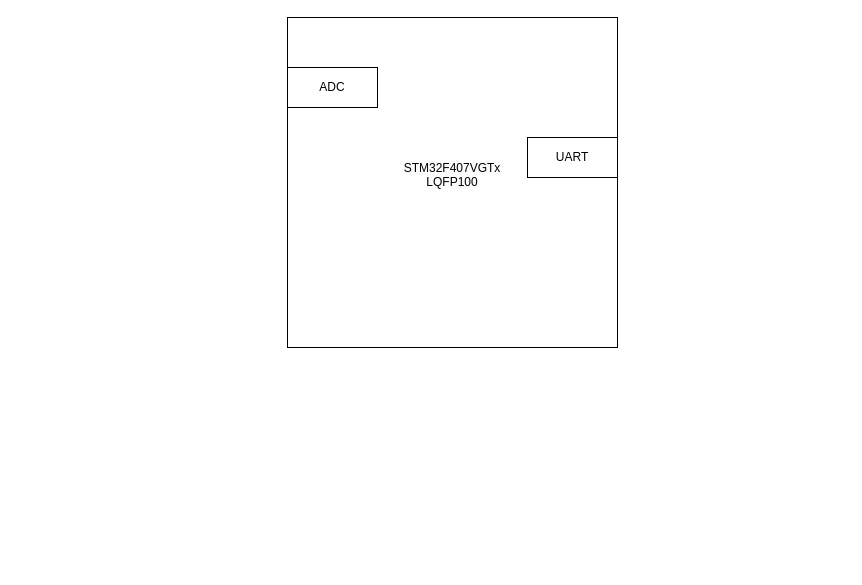
Sasarindo00/Ingenieria-6semestre keeps this draw.io diagram as page "Página-2" (2 of 2) of controlhumedad.drawio. Above is the earlier version. Source tidied: cells renumbered, new cells numbered last; positions are measured from the earlier drawing's top-left corner, leaving out a move shared by most shapes. Both pictures are drawn from the tidied source at 100%, with x=0, y=0 at pixel (287, 17).
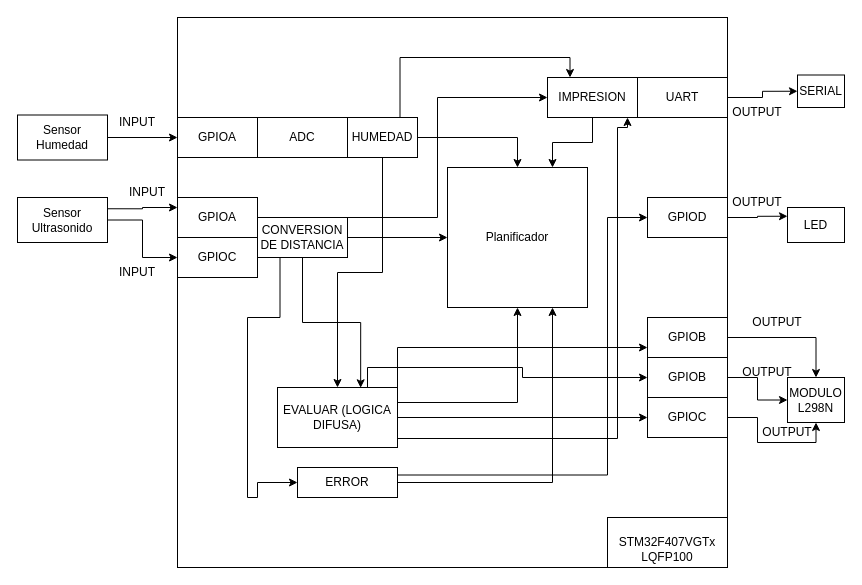
After the change.

What changed in the source:
```diff
@@
-    <mxCell id="2" value="&#10;&lt;span style=&quot;color: rgb(0, 0, 0); font-family: Helvetica; font-size: 12px; font-style: normal; font-variant-ligatures: normal; font-variant-caps: normal; font-weight: 400; letter-spacing: normal; orphans: 2; text-align: center; text-indent: 0px; text-transform: none; widows: 2; word-spacing: 0px; -webkit-text-stroke-width: 0px; background-color: rgb(251, 251, 251); text-decoration-thickness: initial; text-decoration-style: initial; text-decoration-color: initial; float: none; display: inline !important;&quot;&gt;STM32F407VGTx&lt;/span&gt;&lt;br style=&quot;border-color: var(--border-color); color: rgb(0, 0, 0); font-family: Helvetica; font-size: 12px; font-style: normal; font-variant-ligatures: normal; font-variant-caps: normal; font-weight: 400; letter-spacing: normal; orphans: 2; text-align: center; text-indent: 0px; text-transform: none; widows: 2; word-spacing: 0px; -webkit-text-stroke-width: 0px; background-color: rgb(251, 251, 251); text-decoration-thickness: initial; text-decoration-style: initial; text-decoration-color: initial;&quot;&gt;&lt;span style=&quot;color: rgb(0, 0, 0); font-family: Helvetica; font-size: 12px; font-style: normal; font-variant-ligatures: normal; font-variant-caps: normal; font-weight: 400; letter-spacing: normal; orphans: 2; text-align: center; text-indent: 0px; text-transform: none; widows: 2; word-spacing: 0px; -webkit-text-stroke-width: 0px; background-color: rgb(251, 251, 251); text-decoration-thickness: initial; text-decoration-style: initial; text-decoration-color: initial; float: none; display: inline !important;&quot;&gt;LQFP100&lt;/span&gt;&#10;&#10;" style="whiteSpace=wrap;html=1;" parent="1" vertex="1">
-      <mxGeometry width="330" height="330" as="geometry" />
+    <mxCell id="2" style="whiteSpace=wrap;html=1;" parent="1" vertex="1">
+      <mxGeometry x="-110" width="550" height="550" as="geometry" />
     </mxCell>
+    <mxCell id="5" style="edgeStyle=orthogonalEdgeStyle;rounded=0;jettySize=auto;html=1;exitX=1;exitY=0.5;exitDx=0;exitDy=0;entryX=0;entryY=0.5;entryDx=0;entryDy=0;" parent="1" edge="1" source="3" target="45">
+      <mxGeometry relative="1" as="geometry" />
+    </mxCell>
     <mxCell id="3" value="UART&lt;br&gt;" style="rounded=0;whiteSpace=wrap;html=1;" parent="1" vertex="1">
-      <mxGeometry x="240" y="120" width="90" height="40" as="geometry" />
+      <mxGeometry x="350" y="60" width="90" height="40" as="geometry" />
     </mxCell>
     <mxCell id="4" value="ADC" style="rounded=0;whiteSpace=wrap;html=1;" parent="1" vertex="1">
-      <mxGeometry y="50" width="90" height="40" as="geometry" />
+      <mxGeometry x="-30" y="100" width="90" height="40" as="geometry" />
     </mxCell>
+    <mxCell id="6" value="Planificador&lt;br&gt;" style="whiteSpace=wrap;html=1;" parent="1" vertex="1">
+      <mxGeometry x="160" y="150" width="140" height="140" as="geometry" />
+    </mxCell>
+    <mxCell id="7" value="LED" style="rounded=0;whiteSpace=wrap;html=1;" parent="1" vertex="1">
+      <mxGeometry x="500" y="190" width="57" height="35" as="geometry" />
+    </mxCell>
+    <mxCell id="8" style="edgeStyle=orthogonalEdgeStyle;rounded=0;jettySize=auto;html=1;exitX=1;exitY=0.25;exitDx=0;exitDy=0;entryX=0;entryY=0.25;entryDx=0;entryDy=0;" parent="1" edge="1" source="10" target="15">
+      <mxGeometry relative="1" as="geometry" />
+    </mxCell>
+    <mxCell id="9" style="edgeStyle=orthogonalEdgeStyle;rounded=0;jettySize=auto;html=1;" parent="1" edge="1" source="10" target="24">
+      <mxGeometry relative="1" as="geometry" />
+    </mxCell>
+    <mxCell id="10" value="Sensor Ultrasonido" style="rounded=0;whiteSpace=wrap;html=1;" parent="1" vertex="1">
+      <mxGeometry x="-270" y="180" width="90" height="45" as="geometry" />
+    </mxCell>
+    <mxCell id="11" style="edgeStyle=orthogonalEdgeStyle;rounded=0;jettySize=auto;html=1;" parent="1" edge="1" source="12" target="14">
+      <mxGeometry relative="1" as="geometry" />
+    </mxCell>
+    <mxCell id="12" value="Sensor Humedad" style="rounded=0;whiteSpace=wrap;html=1;" parent="1" vertex="1">
+      <mxGeometry x="-270" y="97.5" width="90" height="45" as="geometry" />
+    </mxCell>
+    <mxCell id="13" value="MODULO L298N&lt;br&gt;" style="rounded=0;whiteSpace=wrap;html=1;" parent="1" vertex="1">
+      <mxGeometry x="500" y="360" width="57" height="45" as="geometry" />
+    </mxCell>
+    <mxCell id="14" value="GPIOA" style="rounded=0;whiteSpace=wrap;html=1;" parent="1" vertex="1">
+      <mxGeometry x="-110" y="100" width="80" height="40" as="geometry" />
+    </mxCell>
+    <mxCell id="15" value="GPIOA" style="rounded=0;whiteSpace=wrap;html=1;" parent="1" vertex="1">
+      <mxGeometry x="-110" y="180" width="80" height="40" as="geometry" />
+    </mxCell>
+    <mxCell id="16" style="edgeStyle=orthogonalEdgeStyle;rounded=0;jettySize=auto;html=1;exitX=1;exitY=0.5;exitDx=0;exitDy=0;entryX=0;entryY=0.5;entryDx=0;entryDy=0;" parent="1" edge="1" source="18" target="6">
+      <mxGeometry relative="1" as="geometry" />
+    </mxCell>
+    <mxCell id="17" style="edgeStyle=orthogonalEdgeStyle;rounded=0;jettySize=auto;html=1;exitX=1;exitY=0;exitDx=0;exitDy=0;entryX=0;entryY=0.5;entryDx=0;entryDy=0;" parent="1" edge="1" source="18" target="44">
+      <mxGeometry relative="1" as="geometry">
+        <Array as="points">
+          <mxPoint x="150" y="200" />
+          <mxPoint x="150" y="80" />
+        </Array>
+      </mxGeometry>
+    </mxCell>
+    <mxCell id="18" value="CONVERSION DE DISTANCIA" style="rounded=0;whiteSpace=wrap;html=1;" parent="1" vertex="1">
+      <mxGeometry x="-30" y="200" width="90" height="40" as="geometry" />
+    </mxCell>
+    <mxCell id="19" style="edgeStyle=orthogonalEdgeStyle;rounded=0;jettySize=auto;html=1;exitX=1;exitY=0.5;exitDx=0;exitDy=0;" parent="1" edge="1" source="22" target="6">
+      <mxGeometry relative="1" as="geometry" />
+    </mxCell>
+    <mxCell id="20" style="edgeStyle=orthogonalEdgeStyle;rounded=0;jettySize=auto;html=1;exitX=0.5;exitY=1;exitDx=0;exitDy=0;" parent="1" edge="1" source="22" target="38">
+      <mxGeometry relative="1" as="geometry" />
+    </mxCell>
+    <mxCell id="21" style="edgeStyle=orthogonalEdgeStyle;rounded=0;jettySize=auto;html=1;exitX=0.75;exitY=0;exitDx=0;exitDy=0;entryX=0.25;entryY=0;entryDx=0;entryDy=0;" parent="1" edge="1" source="22" target="44">
+      <mxGeometry relative="1" as="geometry" />
+    </mxCell>
+    <mxCell id="22" value="HUMEDAD" style="rounded=0;whiteSpace=wrap;html=1;" parent="1" vertex="1">
+      <mxGeometry x="60" y="100" width="70" height="40" as="geometry" />
+    </mxCell>
+    <mxCell id="23" value="&lt;br style=&quot;border-color: var(--border-color);&quot;&gt;STM32F407VGTx&lt;br style=&quot;border-color: var(--border-color);&quot;&gt;&lt;span style=&quot;border-color: var(--border-color);&quot;&gt;LQFP100&lt;/span&gt;" style="rounded=0;whiteSpace=wrap;html=1;" parent="1" vertex="1">
+      <mxGeometry x="320" y="500" width="120" height="50" as="geometry" />
+    </mxCell>
+    <mxCell id="24" value="GPIOC" style="rounded=0;whiteSpace=wrap;html=1;" parent="1" vertex="1">
+      <mxGeometry x="-110" y="220" width="80" height="40" as="geometry" />
+    </mxCell>
+    <mxCell id="25" style="edgeStyle=orthogonalEdgeStyle;rounded=0;jettySize=auto;html=1;exitX=1;exitY=0.5;exitDx=0;exitDy=0;entryX=0.5;entryY=0;entryDx=0;entryDy=0;" parent="1" edge="1" source="26" target="13">
+      <mxGeometry relative="1" as="geometry" />
+    </mxCell>
+    <mxCell id="26" value="GPIOB" style="rounded=0;whiteSpace=wrap;html=1;" parent="1" vertex="1">
+      <mxGeometry x="360" y="300" width="80" height="40" as="geometry" />
+    </mxCell>
+    <mxCell id="27" style="edgeStyle=orthogonalEdgeStyle;rounded=0;jettySize=auto;html=1;exitX=1;exitY=0.5;exitDx=0;exitDy=0;entryX=0;entryY=0.5;entryDx=0;entryDy=0;" parent="1" edge="1" source="28" target="13">
+      <mxGeometry relative="1" as="geometry" />
+    </mxCell>
+    <mxCell id="28" value="GPIOB" style="rounded=0;whiteSpace=wrap;html=1;" parent="1" vertex="1">
+      <mxGeometry x="360" y="340" width="80" height="40" as="geometry" />
+    </mxCell>
+    <mxCell id="29" style="edgeStyle=orthogonalEdgeStyle;rounded=0;jettySize=auto;html=1;exitX=1;exitY=0.5;exitDx=0;exitDy=0;entryX=0.5;entryY=1;entryDx=0;entryDy=0;" parent="1" edge="1" source="30" target="13">
+      <mxGeometry relative="1" as="geometry" />
+    </mxCell>
+    <mxCell id="30" value="GPIOC" style="rounded=0;whiteSpace=wrap;html=1;" parent="1" vertex="1">
+      <mxGeometry x="360" y="380" width="80" height="40" as="geometry" />
+    </mxCell>
+    <mxCell id="31" value="INPUT" style="text;html=1;strokeColor=none;fillColor=none;align=center;verticalAlign=middle;whiteSpace=wrap;rounded=0;" parent="1" vertex="1">
+      <mxGeometry x="-180" y="90" width="60" height="30" as="geometry" />
+    </mxCell>
+    <mxCell id="32" value="INPUT" style="text;html=1;strokeColor=none;fillColor=none;align=center;verticalAlign=middle;whiteSpace=wrap;rounded=0;" parent="1" vertex="1">
+      <mxGeometry x="-170" y="160" width="60" height="30" as="geometry" />
+    </mxCell>
+    <mxCell id="33" value="INPUT" style="text;html=1;strokeColor=none;fillColor=none;align=center;verticalAlign=middle;whiteSpace=wrap;rounded=0;" parent="1" vertex="1">
+      <mxGeometry x="-180" y="240" width="60" height="30" as="geometry" />
+    </mxCell>
+    <mxCell id="34" style="edgeStyle=orthogonalEdgeStyle;rounded=0;jettySize=auto;html=1;exitX=1;exitY=0.25;exitDx=0;exitDy=0;" parent="1" edge="1" source="38" target="6">
+      <mxGeometry relative="1" as="geometry" />
+    </mxCell>
+    <mxCell id="35" style="edgeStyle=orthogonalEdgeStyle;rounded=0;jettySize=auto;html=1;exitX=1;exitY=0.5;exitDx=0;exitDy=0;entryX=0;entryY=0.5;entryDx=0;entryDy=0;" parent="1" edge="1" source="38" target="30">
+      <mxGeometry relative="1" as="geometry" />
+    </mxCell>
+    <mxCell id="36" style="edgeStyle=orthogonalEdgeStyle;rounded=0;jettySize=auto;html=1;exitX=1;exitY=0;exitDx=0;exitDy=0;entryX=0;entryY=0.75;entryDx=0;entryDy=0;" parent="1" edge="1" source="38" target="26">
+      <mxGeometry relative="1" as="geometry" />
+    </mxCell>
+    <mxCell id="37" style="edgeStyle=orthogonalEdgeStyle;rounded=0;jettySize=auto;html=1;exitX=0.75;exitY=0;exitDx=0;exitDy=0;entryX=0;entryY=0.5;entryDx=0;entryDy=0;" parent="1" edge="1" source="38" target="28">
+      <mxGeometry relative="1" as="geometry" />
+    </mxCell>
+    <mxCell id="38" value="EVALUAR (LOGICA DIFUSA)" style="rounded=0;whiteSpace=wrap;html=1;" parent="1" vertex="1">
+      <mxGeometry x="-10" y="370" width="120" height="60" as="geometry" />
+    </mxCell>
+    <mxCell id="39" style="edgeStyle=orthogonalEdgeStyle;rounded=0;jettySize=auto;html=1;exitX=0.5;exitY=1;exitDx=0;exitDy=0;entryX=0.693;entryY=0.005;entryDx=0;entryDy=0;entryPerimeter=0;" parent="1" edge="1" source="18" target="38">
+      <mxGeometry relative="1" as="geometry" />
+    </mxCell>
+    <mxCell id="40" value="OUTPUT" style="text;html=1;strokeColor=none;fillColor=none;align=center;verticalAlign=middle;whiteSpace=wrap;rounded=0;" parent="1" vertex="1">
+      <mxGeometry x="460" y="290" width="60" height="30" as="geometry" />
+    </mxCell>
+    <mxCell id="41" value="OUTPUT" style="text;html=1;strokeColor=none;fillColor=none;align=center;verticalAlign=middle;whiteSpace=wrap;rounded=0;" parent="1" vertex="1">
+      <mxGeometry x="450" y="340" width="60" height="30" as="geometry" />
+    </mxCell>
+    <mxCell id="42" value="OUTPUT" style="text;html=1;strokeColor=none;fillColor=none;align=center;verticalAlign=middle;whiteSpace=wrap;rounded=0;" parent="1" vertex="1">
+      <mxGeometry x="470" y="400" width="60" height="30" as="geometry" />
+    </mxCell>
+    <mxCell id="43" style="edgeStyle=orthogonalEdgeStyle;rounded=0;jettySize=auto;html=1;exitX=0.5;exitY=1;exitDx=0;exitDy=0;entryX=0.75;entryY=0;entryDx=0;entryDy=0;" parent="1" edge="1" source="44" target="6">
+      <mxGeometry relative="1" as="geometry" />
+    </mxCell>
+    <mxCell id="44" value="IMPRESION" style="rounded=0;whiteSpace=wrap;html=1;" parent="1" vertex="1">
+      <mxGeometry x="260" y="60" width="90" height="40" as="geometry" />
+    </mxCell>
+    <mxCell id="45" value="SERIAL" style="rounded=0;whiteSpace=wrap;html=1;" parent="1" vertex="1">
+      <mxGeometry x="510" y="57.5" width="47" height="32.5" as="geometry" />
+    </mxCell>
+    <mxCell id="46" value="OUTPUT" style="text;html=1;strokeColor=none;fillColor=none;align=center;verticalAlign=middle;whiteSpace=wrap;rounded=0;" parent="1" vertex="1">
+      <mxGeometry x="440" y="80" width="60" height="30" as="geometry" />
+    </mxCell>
+    <mxCell id="47" style="edgeStyle=orthogonalEdgeStyle;rounded=0;jettySize=auto;html=1;exitX=1;exitY=0.5;exitDx=0;exitDy=0;entryX=0.75;entryY=1;entryDx=0;entryDy=0;" parent="1" edge="1" source="49" target="6">
+      <mxGeometry relative="1" as="geometry" />
+    </mxCell>
+    <mxCell id="48" style="edgeStyle=orthogonalEdgeStyle;rounded=0;jettySize=auto;html=1;exitX=1;exitY=0.25;exitDx=0;exitDy=0;entryX=0;entryY=0.5;entryDx=0;entryDy=0;" parent="1" edge="1" source="49" target="52">
+      <mxGeometry relative="1" as="geometry">
+        <Array as="points">
+          <mxPoint x="320" y="457" />
+          <mxPoint x="320" y="200" />
+        </Array>
+      </mxGeometry>
+    </mxCell>
+    <mxCell id="49" value="ERROR" style="rounded=0;whiteSpace=wrap;html=1;" parent="1" vertex="1">
+      <mxGeometry x="10" y="450" width="100" height="30" as="geometry" />
+    </mxCell>
+    <mxCell id="50" style="edgeStyle=orthogonalEdgeStyle;rounded=0;jettySize=auto;html=1;exitX=0.25;exitY=1;exitDx=0;exitDy=0;entryX=0;entryY=0.5;entryDx=0;entryDy=0;" parent="1" edge="1" source="18" target="49">
+      <mxGeometry relative="1" as="geometry">
+        <Array as="points">
+          <mxPoint x="-8" y="300" />
+          <mxPoint x="-40" y="300" />
+          <mxPoint x="-40" y="480" />
+          <mxPoint x="-30" y="480" />
+          <mxPoint x="-30" y="465" />
+        </Array>
+      </mxGeometry>
+    </mxCell>
+    <mxCell id="51" style="edgeStyle=orthogonalEdgeStyle;rounded=0;jettySize=auto;html=1;exitX=1;exitY=0.5;exitDx=0;exitDy=0;entryX=0;entryY=0.25;entryDx=0;entryDy=0;" parent="1" edge="1" source="52" target="7">
+      <mxGeometry relative="1" as="geometry" />
+    </mxCell>
+    <mxCell id="52" value="GPIOD" style="rounded=0;whiteSpace=wrap;html=1;" parent="1" vertex="1">
+      <mxGeometry x="360" y="180" width="80" height="40" as="geometry" />
+    </mxCell>
+    <mxCell id="53" value="OUTPUT" style="text;html=1;strokeColor=none;fillColor=none;align=center;verticalAlign=middle;whiteSpace=wrap;rounded=0;" parent="1" vertex="1">
+      <mxGeometry x="440" y="170" width="60" height="30" as="geometry" />
+    </mxCell>
+    <mxCell id="54" style="endArrow=classic;html=1;rounded=0;edgeStyle=orthogonalEdgeStyle;" parent="1" edge="1">
+      <mxGeometry relative="1" as="geometry">
+        <mxPoint x="110" y="420" as="sourcePoint" />
+        <mxPoint x="340" y="100" as="targetPoint" />
+        <Array as="points">
+          <mxPoint x="330" y="421" />
+          <mxPoint x="330" y="110" />
+          <mxPoint x="340" y="110" />
+        </Array>
+      </mxGeometry>
+    </mxCell>
```
